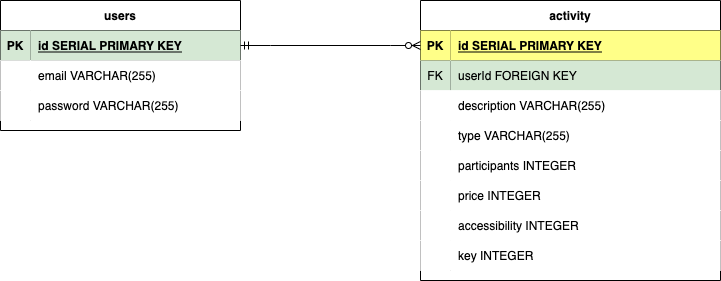
This is ERD.drawio.png from mvanzo/P2-Dir, a draw.io export, as it was before one commit. Source tidied: cells renumbered, new cells last; positions are measured from the earlier drawing's top-left corner, leaving out a move shared by most shapes.
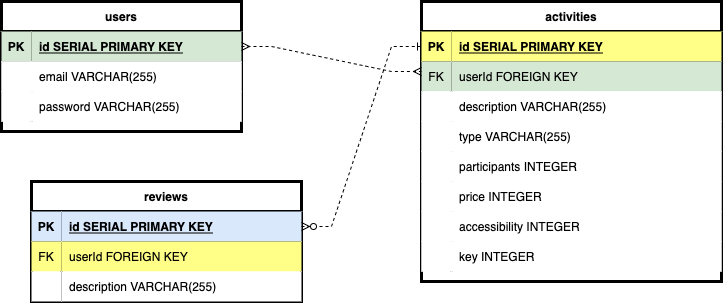
Above is the later version.

Diff of the diagram source:
```diff
@@ -2,7 +2,7 @@
   <root>
     <mxCell id="0" />
     <mxCell id="1" parent="0" />
-    <mxCell id="2" value="users" style="shape=table;startSize=30;rowLines=0;fontStyle=1;align=center;" parent="1" vertex="1">
+    <mxCell id="2" value="users" style="shape=table;startSize=30;rowLines=0;fontStyle=1;align=center;strokeWidth=3;perimeterSpacing=0;" parent="1" vertex="1">
       <mxGeometry width="240" height="130" as="geometry" />
     </mxCell>
     <mxCell id="3" style="shape=tableRow;horizontal=0;startSize=0;swimlaneHead=0;swimlaneBody=0;fillColor=none;points=[[0,0.5],[1,0.5]];portConstraint=eastwest;top=0;left=0;right=0;bottom=1;" parent="2" vertex="1">
@@ -32,7 +32,7 @@
     <mxCell id="11" value="password VARCHAR(255)" style="shape=partialRectangle;top=0;left=0;bottom=0;right=0;align=left;spacingLeft=6;overflow=hidden;" parent="9" vertex="1">
       <mxGeometry x="30" width="210" height="30" as="geometry" />
     </mxCell>
-    <mxCell id="12" value="activity" style="shape=table;startSize=30;rowLines=0;fontStyle=1;align=center;" parent="1" vertex="1">
+    <mxCell id="12" value="activities" style="shape=table;startSize=30;rowLines=0;fontStyle=1;align=center;strokeWidth=3;" parent="1" vertex="1">
       <mxGeometry x="420" width="300" height="280" as="geometry" />
     </mxCell>
     <mxCell id="13" style="shape=tableRow;horizontal=0;startSize=0;swimlaneHead=0;swimlaneBody=0;fillColor=none;points=[[0,0.5],[1,0.5]];portConstraint=eastwest;top=0;left=0;right=0;bottom=1;" parent="12" vertex="1">
@@ -107,8 +107,41 @@
     <mxCell id="36" value="key INTEGER" style="shape=partialRectangle;top=0;left=0;bottom=0;right=0;align=left;spacingLeft=6;overflow=hidden;" parent="34" vertex="1">
       <mxGeometry x="30" width="270" height="30" as="geometry" />
     </mxCell>
-    <mxCell id="37" style="edgeStyle=entityRelationEdgeStyle;fontSize=12;html=1;endArrow=ERzeroToMany;startArrow=ERmandOne;rounded=0;entryX=0;entryY=0.5;entryDx=0;entryDy=0;exitX=1;exitY=0.5;exitDx=0;exitDy=0;" parent="1" edge="1" source="3" target="13">
-      <mxGeometry relative="1" as="geometry" />
-    </mxCell>
+    <mxCell id="38" value="reviews" style="shape=table;startSize=30;rowLines=0;fontStyle=1;align=center;strokeWidth=3;" parent="1" vertex="1">
+      <mxGeometry x="30" y="180" width="270" height="120" as="geometry" />
+    </mxCell>
+    <mxCell id="39" style="shape=tableRow;horizontal=0;startSize=0;swimlaneHead=0;swimlaneBody=0;fillColor=none;points=[[0,0.5],[1,0.5]];portConstraint=eastwest;top=0;left=0;right=0;bottom=1;strokeWidth=3;" parent="38" vertex="1">
+      <mxGeometry y="30" width="270" height="30" as="geometry" />
+    </mxCell>
+    <mxCell id="40" value="PK" style="shape=partialRectangle;top=0;left=0;bottom=0;right=0;fontStyle=1;overflow=hidden;strokeWidth=3;fillColor=#dae8fc;strokeColor=#6c8ebf;" parent="39" vertex="1">
+      <mxGeometry width="30" height="30" as="geometry" />
+    </mxCell>
+    <mxCell id="41" value="id SERIAL PRIMARY KEY" style="shape=partialRectangle;top=0;left=0;bottom=0;right=0;align=left;spacingLeft=6;fontStyle=5;overflow=hidden;strokeWidth=3;fillColor=#dae8fc;strokeColor=#6c8ebf;" parent="39" vertex="1">
+      <mxGeometry x="30" width="240" height="30" as="geometry" />
+    </mxCell>
+    <mxCell id="42" style="shape=tableRow;horizontal=0;startSize=0;swimlaneHead=0;swimlaneBody=0;fillColor=none;top=0;left=0;right=0;bottom=0;strokeWidth=3;" parent="38" vertex="1">
+      <mxGeometry y="60" width="270" height="30" as="geometry" />
+    </mxCell>
+    <mxCell id="43" value="FK" style="shape=partialRectangle;fillColor=#ffff88;top=0;left=0;bottom=0;right=0;overflow=hidden;strokeWidth=3;strokeColor=#36393d;" parent="42" vertex="1">
+      <mxGeometry width="30" height="30" as="geometry" />
+    </mxCell>
+    <mxCell id="44" value="userId FOREIGN KEY" style="shape=partialRectangle;fillColor=#ffff88;top=0;left=0;bottom=0;right=0;align=left;spacingLeft=6;overflow=hidden;strokeWidth=3;strokeColor=#36393d;" parent="42" vertex="1">
+      <mxGeometry x="30" width="240" height="30" as="geometry" />
+    </mxCell>
+    <mxCell id="45" style="shape=tableRow;horizontal=0;startSize=0;swimlaneHead=0;swimlaneBody=0;fillColor=none;top=0;left=0;right=0;bottom=0;strokeWidth=3;" parent="38" vertex="1">
+      <mxGeometry y="90" width="270" height="30" as="geometry" />
+    </mxCell>
+    <mxCell id="46" style="shape=partialRectangle;top=0;left=0;bottom=0;right=0;overflow=hidden;strokeWidth=3;" parent="45" vertex="1">
+      <mxGeometry width="30" height="30" as="geometry" />
+    </mxCell>
+    <mxCell id="47" value="description VARCHAR(255)" style="shape=partialRectangle;top=0;left=0;bottom=0;right=0;align=left;spacingLeft=6;overflow=hidden;strokeWidth=3;" parent="45" vertex="1">
+      <mxGeometry x="30" width="240" height="30" as="geometry" />
+    </mxCell>
+    <mxCell id="48" style="edgeStyle=entityRelationEdgeStyle;fontSize=12;html=1;endArrow=ERmany;startArrow=ERmany;rounded=0;entryX=0;entryY=0.25;entryDx=0;entryDy=0;dashed=1;strokeWidth=1;" parent="1" edge="1" source="3" target="12">
+      <mxGeometry relative="1" as="geometry" />
+    </mxCell>
+    <mxCell id="49" style="edgeStyle=entityRelationEdgeStyle;fontSize=12;html=1;endArrow=ERone;startArrow=ERzeroToMany;rounded=0;dashed=1;strokeWidth=1;entryX=0;entryY=0.5;entryDx=0;entryDy=0;exitX=1;exitY=0.5;exitDx=0;exitDy=0;endFill=0;" parent="1" edge="1" source="39" target="13">
+      <mxGeometry relative="1" as="geometry" />
+    </mxCell>
   </root>
 </mxGraphModel>
```
